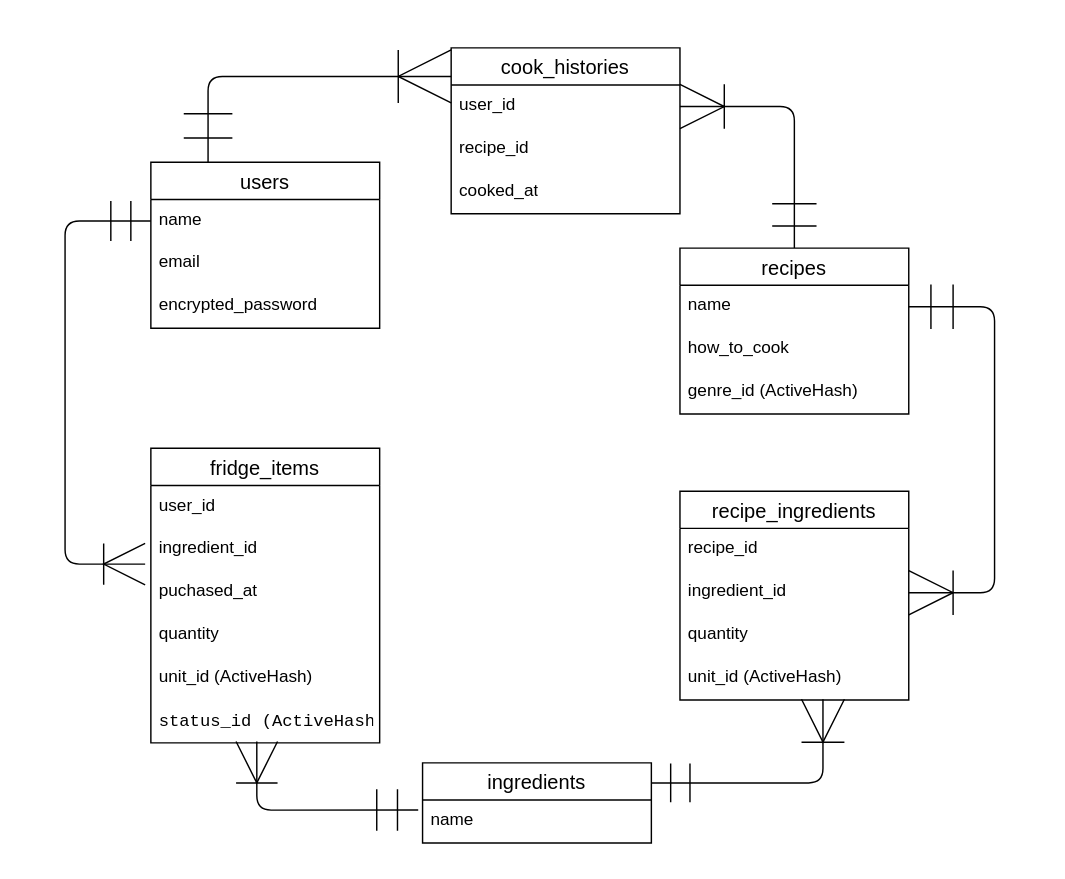
Above: ER.dio in y8r8gpopd-ux/Show-kuzai (draw.io), before the change. Source tidied: cells renumbered, new cells numbered last; positions are measured from the earlier drawing's top-left corner, leaving out a move shared by most shapes. Both pictures are drawn from the tidied source at 143%, with x=0, y=0 at pixel (64, 47).
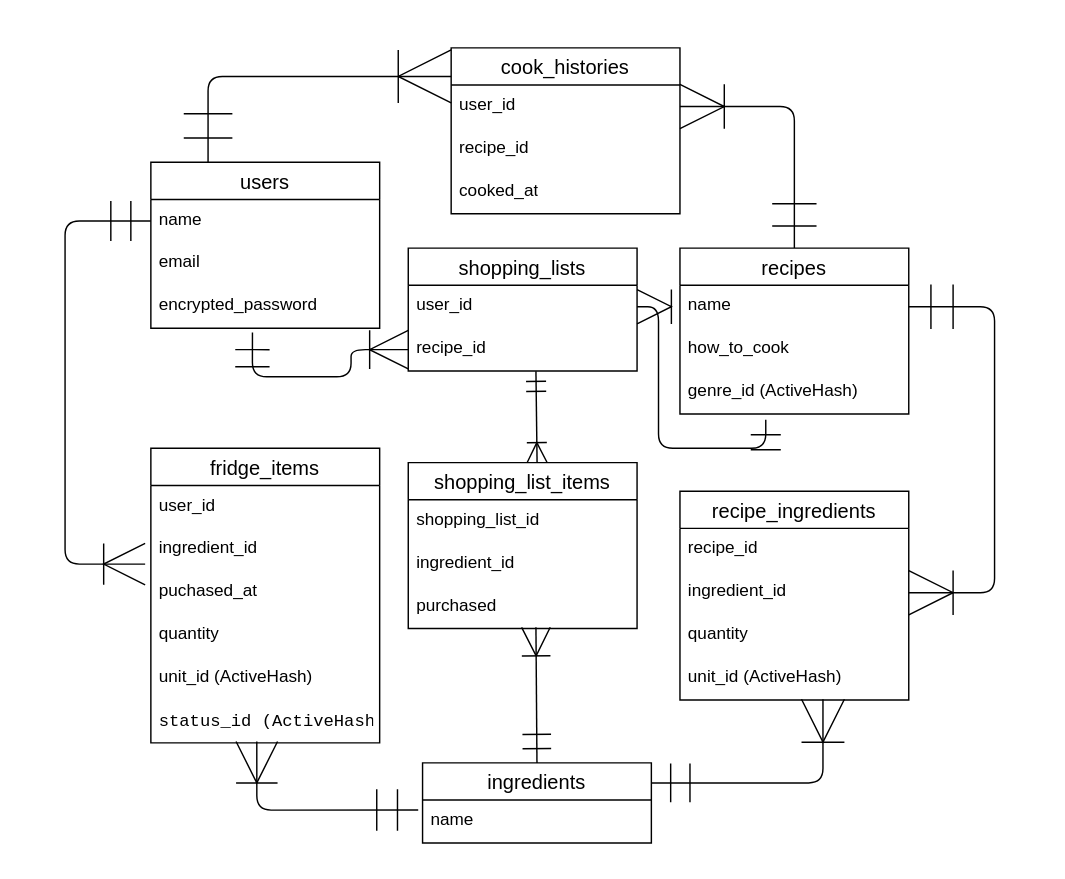
The same page after the edit.

Commit message (it also covers changes not shown here):
追加機能の為のDB設計

Unchanged cells that the change refers to:
```xml
<mxCell id="5" value="&lt;div&gt;encrypted_password&lt;/div&gt;" style="text;strokeColor=none;fillColor=none;spacingLeft=4;spacingRight=4;overflow=hidden;points=[[0,0.5],[1,0.5]];portConstraint=eastwest;fontSize=12;whiteSpace=wrap;html=1;" parent="2" vertex="1">
  <mxGeometry y="86" width="160" height="30" as="geometry" />
</mxCell>
<mxCell id="17" value="ingredients" style="swimlane;fontStyle=0;horizontal=1;startSize=26;align=center;fontSize=14;" parent="1" vertex="1">
  <mxGeometry x="250" y="500" width="160" height="56" as="geometry" />
</mxCell>
```

What changed in the source:
```diff
@@
+    <mxCell id="34" value="shopping_lists" style="swimlane;fontStyle=0;horizontal=1;startSize=26;align=center;fontSize=14;" parent="1" vertex="1">
+      <mxGeometry x="240" y="140" width="160" height="86" as="geometry" />
+    </mxCell>
+    <mxCell id="35" value="user_id" style="text;strokeColor=none;fillColor=none;spacingLeft=4;spacingRight=4;overflow=hidden;points=[[0,0.5],[1,0.5]];portConstraint=eastwest;fontSize=12;whiteSpace=wrap;html=1;" parent="34" vertex="1">
+      <mxGeometry y="26" width="160" height="30" as="geometry" />
+    </mxCell>
+    <mxCell id="36" value="recipe_id" style="text;strokeColor=none;fillColor=none;spacingLeft=4;spacingRight=4;overflow=hidden;points=[[0,0.5],[1,0.5]];portConstraint=eastwest;fontSize=12;whiteSpace=wrap;html=1;" parent="34" vertex="1">
+      <mxGeometry y="56" width="160" height="30" as="geometry" />
+    </mxCell>
+    <mxCell id="37" value="shopping_list_items" style="swimlane;fontStyle=0;horizontal=1;startSize=26;align=center;fontSize=14;" parent="1" vertex="1">
+      <mxGeometry x="240" y="290" width="160" height="116" as="geometry" />
+    </mxCell>
+    <mxCell id="38" value="shopping_list_id" style="text;strokeColor=none;fillColor=none;spacingLeft=4;spacingRight=4;overflow=hidden;fontSize=12;whiteSpace=wrap;html=1;" parent="37" vertex="1">
+      <mxGeometry y="26" width="160" height="30" as="geometry" />
+    </mxCell>
+    <mxCell id="39" value="ingredient_id" style="text;strokeColor=none;fillColor=none;spacingLeft=4;spacingRight=4;overflow=hidden;fontSize=12;whiteSpace=wrap;html=1;" parent="37" vertex="1">
+      <mxGeometry y="56" width="160" height="30" as="geometry" />
+    </mxCell>
+    <mxCell id="40" value="purchased" style="text;strokeColor=none;fillColor=none;spacingLeft=4;spacingRight=4;overflow=hidden;points=[[0,0.5],[1,0.5]];portConstraint=eastwest;fontSize=12;whiteSpace=wrap;html=1;" parent="37" vertex="1">
+      <mxGeometry y="86" width="160" height="30" as="geometry" />
+    </mxCell>
+    <mxCell id="41" style="edgeStyle=orthogonalEdgeStyle;fontSize=12;html=1;endArrow=ERoneToMany;startArrow=ERmandOne;entryX=0;entryY=0.5;entryDx=0;entryDy=0;exitX=0.444;exitY=1.1;exitDx=0;exitDy=0;exitPerimeter=0;endSize=25;startSize=22;" parent="1" edge="1" source="5" target="36">
+      <mxGeometry relative="1" as="geometry">
+        <Array as="points">
+          <mxPoint x="131" y="230" />
+          <mxPoint x="200" y="230" />
+          <mxPoint x="200" y="211" />
+        </Array>
+      </mxGeometry>
+    </mxCell>
+    <mxCell id="42" style="fontSize=12;html=1;endArrow=ERoneToMany;startArrow=ERmandOne;entryX=1;entryY=0.5;entryDx=0;entryDy=0;edgeStyle=orthogonalEdgeStyle;endSize=22;startSize=19;" parent="1" edge="1" target="35">
+      <mxGeometry relative="1" as="geometry">
+        <mxPoint x="490" y="260" as="sourcePoint" />
+        <Array as="points">
+          <mxPoint x="490" y="280" />
+          <mxPoint x="415" y="280" />
+          <mxPoint x="415" y="181" />
+        </Array>
+      </mxGeometry>
+    </mxCell>
+    <mxCell id="43" style="fontSize=12;html=1;endArrow=ERoneToMany;startArrow=ERmandOne;entryX=0.563;entryY=0;entryDx=0;entryDy=0;entryPerimeter=0;endSize=12;startSize=12;exitX=0.558;exitY=1.005;exitDx=0;exitDy=0;exitPerimeter=0;" parent="1" edge="1" source="36" target="37">
+      <mxGeometry relative="1" as="geometry" />
+    </mxCell>
+    <mxCell id="44" style="fontSize=12;html=1;endArrow=ERoneToMany;startArrow=ERmandOne;exitX=0.5;exitY=0;exitDx=0;exitDy=0;entryX=0.558;entryY=0.973;entryDx=0;entryDy=0;entryPerimeter=0;endSize=18;startSize=18;" parent="1" edge="1" source="17" target="40">
+      <mxGeometry relative="1" as="geometry" />
+    </mxCell>
```
